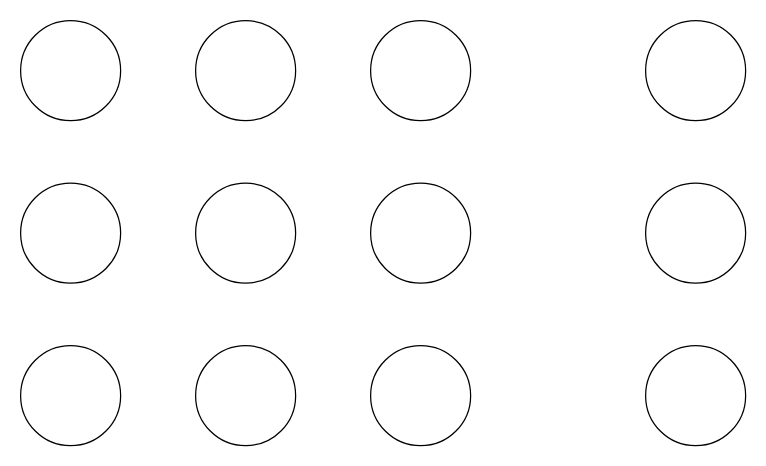
This is Untitled Diagram.drawio from gearwheels/SP, a draw.io file, before an edit. Source tidied: cells renumbered, new cells numbered last; positions are measured from the earlier drawing's top-left corner, leaving out a move shared by most shapes. Both pictures are drawn from the tidied source at 125%, with x=0, y=0 at pixel (20, 20).
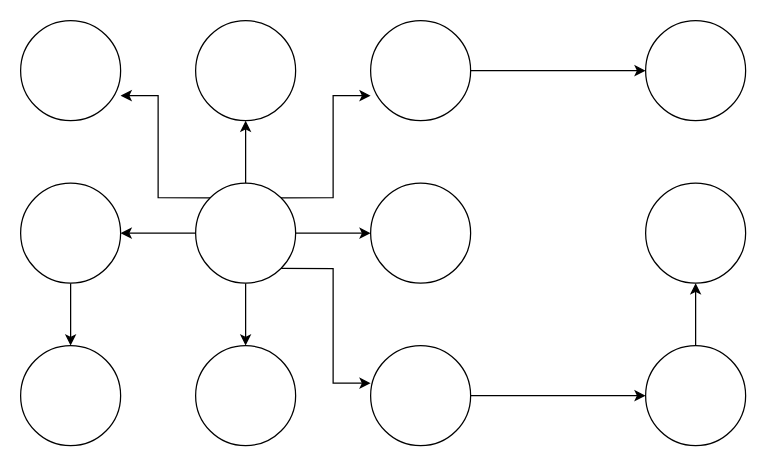
After the change.

The change refers to these unchanged cells:
```xml
<mxCell id="2" style="ellipse;whiteSpace=wrap;html=1;" parent="1" vertex="1">
  <mxGeometry width="80" height="80" as="geometry" />
</mxCell>
<mxCell id="3" style="ellipse;whiteSpace=wrap;html=1;" parent="1" vertex="1">
  <mxGeometry x="140" width="80" height="80" as="geometry" />
</mxCell>
<mxCell id="4" style="ellipse;whiteSpace=wrap;html=1;" parent="1" vertex="1">
  <mxGeometry x="140" y="130" width="80" height="80" as="geometry" />
</mxCell>
<mxCell id="5" style="ellipse;whiteSpace=wrap;html=1;" parent="1" vertex="1">
  <mxGeometry x="280" y="130" width="80" height="80" as="geometry" />
</mxCell>
<mxCell id="6" style="ellipse;whiteSpace=wrap;html=1;" parent="1" vertex="1">
  <mxGeometry y="130" width="80" height="80" as="geometry" />
</mxCell>
<mxCell id="7" style="ellipse;whiteSpace=wrap;html=1;" parent="1" vertex="1">
  <mxGeometry x="280" width="80" height="80" as="geometry" />
</mxCell>
<mxCell id="8" style="ellipse;whiteSpace=wrap;html=1;" parent="1" vertex="1">
  <mxGeometry y="260" width="80" height="80" as="geometry" />
</mxCell>
<mxCell id="9" style="ellipse;whiteSpace=wrap;html=1;" parent="1" vertex="1">
  <mxGeometry x="140" y="260" width="80" height="80" as="geometry" />
</mxCell>
<mxCell id="10" style="ellipse;whiteSpace=wrap;html=1;" parent="1" vertex="1">
  <mxGeometry x="280" y="260" width="80" height="80" as="geometry" />
</mxCell>
<mxCell id="11" style="ellipse;whiteSpace=wrap;html=1;" parent="1" vertex="1">
  <mxGeometry x="500" width="80" height="80" as="geometry" />
</mxCell>
<mxCell id="12" style="ellipse;whiteSpace=wrap;html=1;" parent="1" vertex="1">
  <mxGeometry x="500" y="130" width="80" height="80" as="geometry" />
</mxCell>
<mxCell id="13" style="ellipse;whiteSpace=wrap;html=1;" parent="1" vertex="1">
  <mxGeometry x="500" y="260" width="80" height="80" as="geometry" />
</mxCell>
```

The edit, as a diff of the source:
```diff
@@
+    <mxCell id="14" style="edgeStyle=orthogonalEdgeStyle;rounded=0;jettySize=auto;html=1;exitX=0;exitY=0.5;exitDx=0;exitDy=0;entryX=1;entryY=0.5;entryDx=0;entryDy=0;" parent="1" edge="1" source="4" target="6">
+      <mxGeometry relative="1" as="geometry" />
+    </mxCell>
+    <mxCell id="15" style="edgeStyle=orthogonalEdgeStyle;rounded=0;jettySize=auto;html=1;exitX=0;exitY=0;exitDx=0;exitDy=0;entryX=1;entryY=0.75;entryDx=0;entryDy=0;entryPerimeter=0;" parent="1" edge="1" source="4" target="2">
+      <mxGeometry relative="1" as="geometry" />
+    </mxCell>
+    <mxCell id="16" style="edgeStyle=orthogonalEdgeStyle;rounded=0;jettySize=auto;html=1;exitX=0.5;exitY=0;exitDx=0;exitDy=0;entryX=0.5;entryY=1;entryDx=0;entryDy=0;" parent="1" edge="1" source="4" target="3">
+      <mxGeometry relative="1" as="geometry" />
+    </mxCell>
+    <mxCell id="17" style="edgeStyle=orthogonalEdgeStyle;rounded=0;jettySize=auto;html=1;exitX=0.5;exitY=1;exitDx=0;exitDy=0;entryX=0.5;entryY=0;entryDx=0;entryDy=0;" parent="1" edge="1" source="4" target="9">
+      <mxGeometry relative="1" as="geometry" />
+    </mxCell>
+    <mxCell id="18" style="edgeStyle=orthogonalEdgeStyle;rounded=0;jettySize=auto;html=1;exitX=1;exitY=0.5;exitDx=0;exitDy=0;entryX=0;entryY=0.5;entryDx=0;entryDy=0;" parent="1" edge="1" source="4" target="5">
+      <mxGeometry relative="1" as="geometry" />
+    </mxCell>
+    <mxCell id="19" style="edgeStyle=orthogonalEdgeStyle;rounded=0;jettySize=auto;html=1;exitX=1;exitY=0;exitDx=0;exitDy=0;entryX=0;entryY=0.75;entryDx=0;entryDy=0;entryPerimeter=0;" parent="1" edge="1" source="4" target="7">
+      <mxGeometry relative="1" as="geometry" />
+    </mxCell>
+    <mxCell id="20" style="edgeStyle=orthogonalEdgeStyle;rounded=0;jettySize=auto;html=1;exitX=1;exitY=1;exitDx=0;exitDy=0;entryX=0;entryY=0.375;entryDx=0;entryDy=0;entryPerimeter=0;" parent="1" edge="1" source="4" target="10">
+      <mxGeometry relative="1" as="geometry" />
+    </mxCell>
@@
+    <mxCell id="21" style="edgeStyle=orthogonalEdgeStyle;rounded=0;jettySize=auto;html=1;exitX=0.5;exitY=1;exitDx=0;exitDy=0;entryX=0.5;entryY=0;entryDx=0;entryDy=0;" parent="1" edge="1" source="6" target="8">
+      <mxGeometry relative="1" as="geometry" />
+    </mxCell>
@@
+    <mxCell id="22" style="edgeStyle=orthogonalEdgeStyle;rounded=0;jettySize=auto;html=1;exitX=1;exitY=0.5;exitDx=0;exitDy=0;entryX=0;entryY=0.5;entryDx=0;entryDy=0;" parent="1" edge="1" source="7" target="11">
+      <mxGeometry relative="1" as="geometry" />
+    </mxCell>
@@
+    <mxCell id="23" style="edgeStyle=orthogonalEdgeStyle;rounded=0;jettySize=auto;html=1;exitX=1;exitY=0.5;exitDx=0;exitDy=0;entryX=0;entryY=0.5;entryDx=0;entryDy=0;" parent="1" edge="1" source="10" target="13">
+      <mxGeometry relative="1" as="geometry" />
+    </mxCell>
@@
+    <mxCell id="24" style="edgeStyle=orthogonalEdgeStyle;rounded=0;jettySize=auto;html=1;exitX=0.5;exitY=0;exitDx=0;exitDy=0;entryX=0.5;entryY=1;entryDx=0;entryDy=0;" parent="1" edge="1" source="13" target="12">
+      <mxGeometry relative="1" as="geometry" />
+    </mxCell>
```
